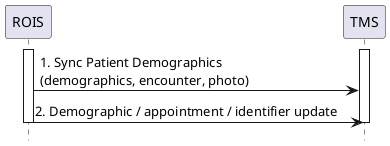
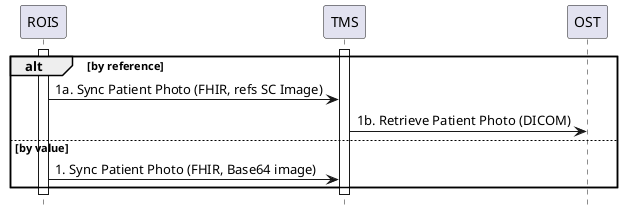
@startuml
skinparam svgDimensionStyle true
hide footbox
participant "ROIS" as ROIS
participant "TMS" as TMS
+ participant "OST" as OST
activate ROIS
activate TMS
- ROIS -> TMS : 1. Sync Patient Demographics\n(demographics, encounter, photo)
- ROIS -> TMS : 2. Demographic / appointment / identifier update
+ alt by reference
+   ROIS -> TMS : 1a. Sync Patient Photo (FHIR, refs SC Image)
+   TMS -> OST : 1b. Retrieve Patient Photo (DICOM)
+ else by value
+   ROIS -> TMS : 1. Sync Patient Photo (FHIR, Base64 image)
+ end
deactivate ROIS
deactivate TMS
@enduml
